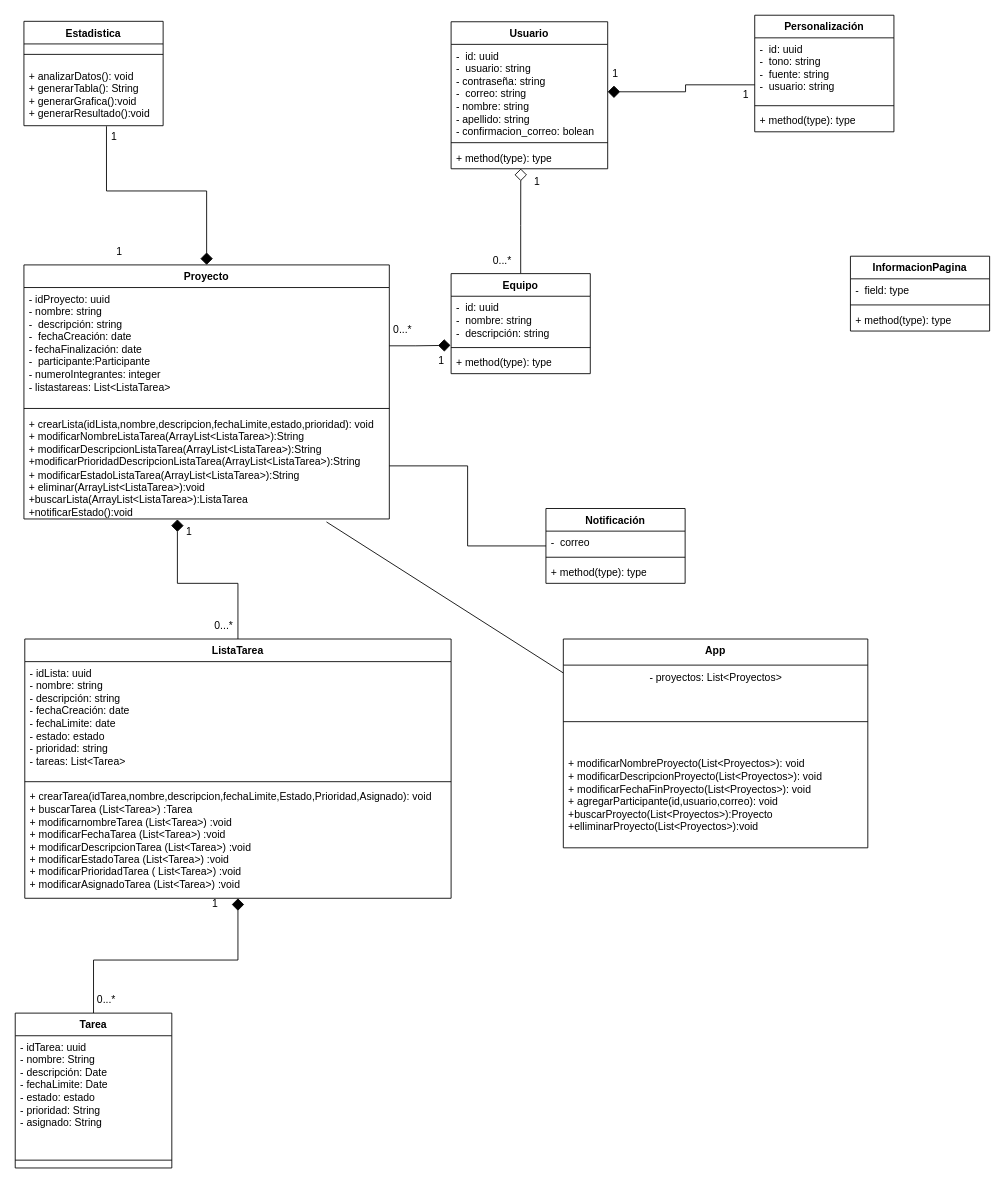
Migue1409-KP/DOO-working-group keeps this draw.io diagram as page "DiagramaClases8a" (16 of 16) of CoTasker_BoundedContext.drawio. Above is the earlier version. Source tidied: cells renumbered, new cells numbered last; positions are measured from the earlier drawing's top-left corner, leaving out a move shared by most shapes. Both pictures are drawn from the tidied source at 87%, with x=0, y=0 at pixel (15, 15).
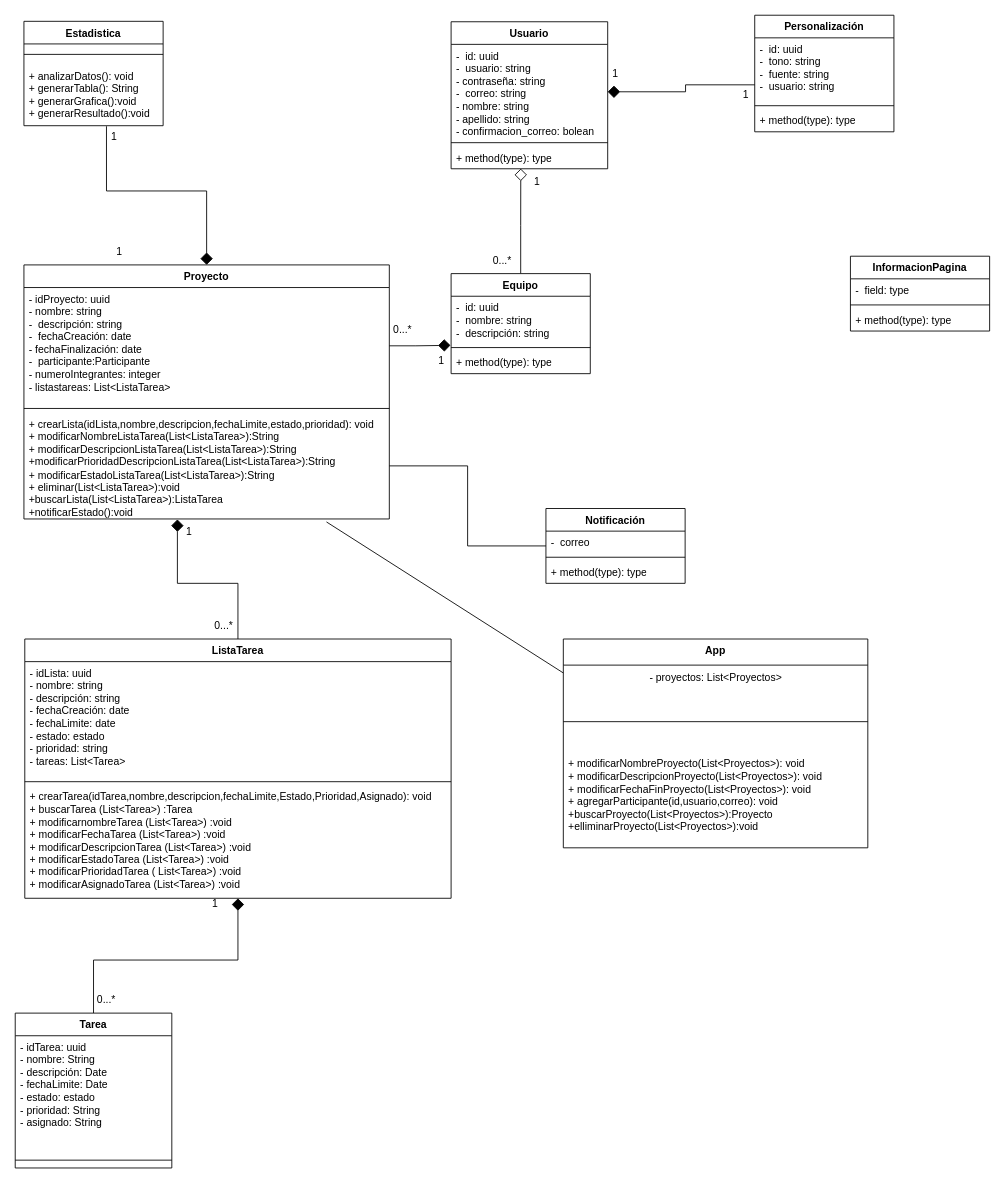
The same diagram, later.

The change refers to these unchanged cells:
```xml
<mxCell id="12" value="Proyecto" style="swimlane;fontStyle=1;align=center;verticalAlign=top;horizontal=1;startSize=26;whiteSpace=wrap;html=1;" parent="1" vertex="1">
  <mxGeometry x="10" y="287" width="420" height="292" as="geometry" />
</mxCell>
```

Diff of the diagram source:
```diff
@@
-    <mxCell id="15" value="+ crearLista(idLista,nombre,descripcion,fechaLimite,estado,prioridad): void&lt;br&gt;+ modificarNombreListaTarea(ArrayList&amp;lt;ListaTarea&amp;gt;):String&lt;br&gt;+ modificarDescripcionListaTarea(ArrayList&amp;lt;ListaTarea&amp;gt;):String +modificarPrioridadDescripcionListaTarea(ArrayList&amp;lt;ListaTarea&amp;gt;):String&lt;br&gt;+ modificarEstadoListaTarea(ArrayList&amp;lt;ListaTarea&amp;gt;):String&lt;br&gt;+ eliminar(ArrayList&amp;lt;ListaTarea&amp;gt;):void&lt;br&gt;+buscarLista(ArrayList&amp;lt;ListaTarea&amp;gt;):ListaTarea&lt;br&gt;+notificarEstado():void" style="text;strokeColor=none;fillColor=none;align=left;verticalAlign=top;spacingLeft=4;spacingRight=4;overflow=hidden;points=[[0,0.5],[1,0.5]];portConstraint=eastwest;whiteSpace=wrap;html=1;" parent="12" vertex="1">
+    <mxCell id="15" value="+ crearLista(idLista,nombre,descripcion,fechaLimite,estado,prioridad): void&lt;br&gt;+ modificarNombreListaTarea(List&amp;lt;ListaTarea&amp;gt;):String&lt;br&gt;+ modificarDescripcionListaTarea(List&amp;lt;ListaTarea&amp;gt;):String +modificarPrioridadDescripcionListaTarea(List&amp;lt;ListaTarea&amp;gt;):String&lt;br&gt;+ modificarEstadoListaTarea(List&amp;lt;ListaTarea&amp;gt;):String&lt;br&gt;+ eliminar(List&amp;lt;ListaTarea&amp;gt;):void&lt;br&gt;+buscarLista(List&amp;lt;ListaTarea&amp;gt;):ListaTarea&lt;br&gt;+notificarEstado():void" style="text;strokeColor=none;fillColor=none;align=left;verticalAlign=top;spacingLeft=4;spacingRight=4;overflow=hidden;points=[[0,0.5],[1,0.5]];portConstraint=eastwest;whiteSpace=wrap;html=1;" parent="12" vertex="1">
       <mxGeometry y="170" width="420" height="122" as="geometry" />
     </mxCell>
```
